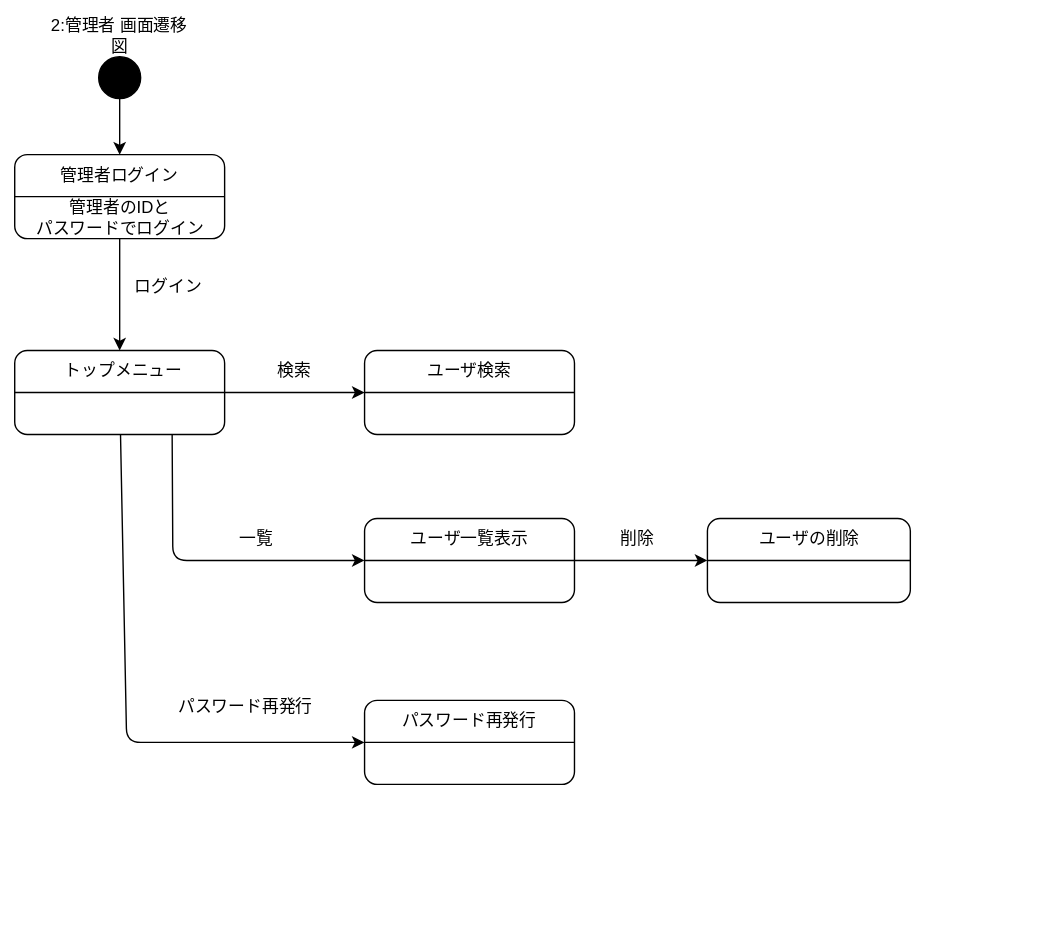
The draw.io diagram 家計簿_画面遷移図(2).drawio.svg in youryota/uml-introduction, before a commit. Source tidied: cells renumbered, new cells last; positions are measured from the earlier drawing's top-left corner, leaving out a move shared by most shapes.
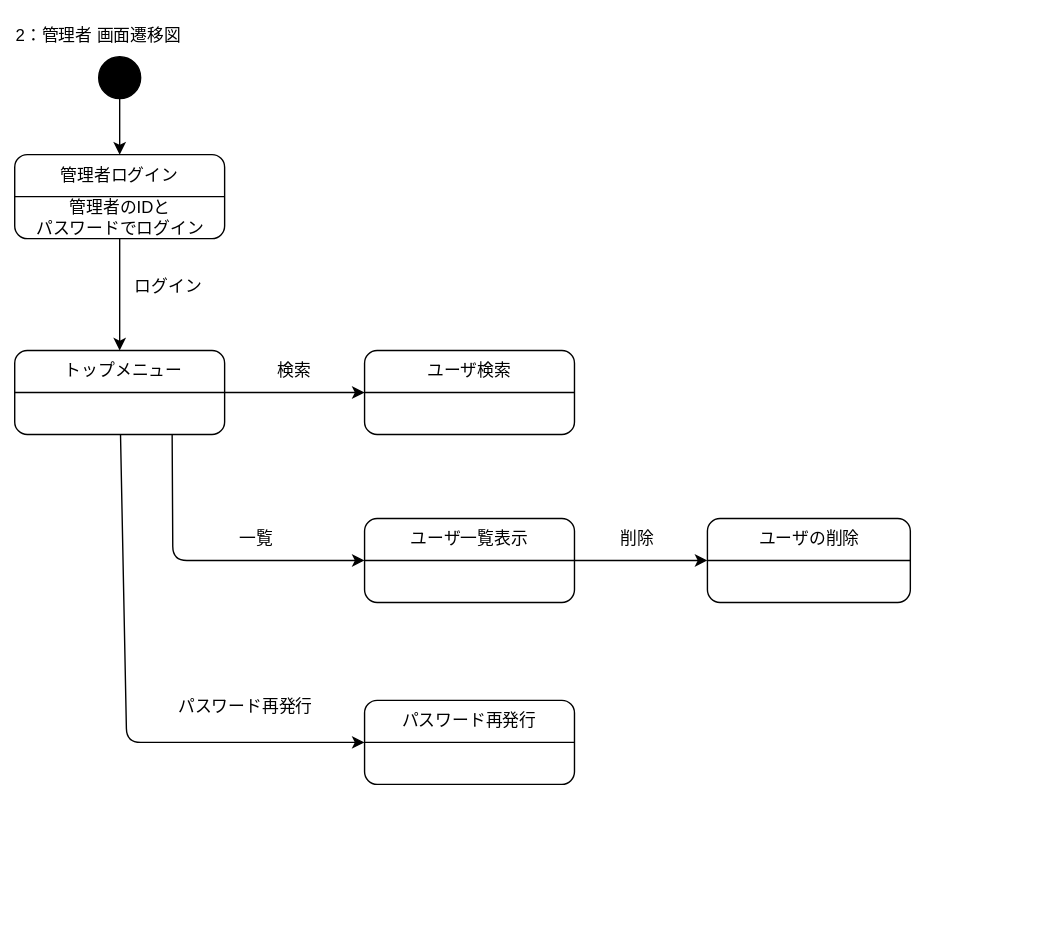
After the commit.

Commit message:
プロジェクトのやつ２

Change to the diagram source:
```diff
@@ -5,8 +5,8 @@
     <mxCell id="2" style="rounded=0;whiteSpace=wrap;html=1;strokeColor=#FFFFFF;fontColor=#F0F0F0;fillColor=#FFFFFF;" parent="1" vertex="1">
       <mxGeometry width="750" height="670" as="geometry" />
     </mxCell>
-    <mxCell id="3" value="&lt;font color=&quot;#000000&quot;&gt;2:管理者&lt;/font&gt;&lt;span style=&quot;color: rgb(0, 0, 0);&quot;&gt;画面遷移図&lt;/span&gt;" style="text;html=1;strokeColor=none;fillColor=none;align=center;verticalAlign=middle;whiteSpace=wrap;rounded=0;fontColor=#F0F0F0;" parent="1" vertex="1">
-      <mxGeometry x="30" y="10" width="110" height="30" as="geometry" />
+    <mxCell id="3" value="&lt;font color=&quot;#000000&quot;&gt;2：管理者&lt;/font&gt;&lt;span style=&quot;color: rgb(0, 0, 0);&quot;&gt;画面遷移図&lt;/span&gt;" style="text;html=1;strokeColor=none;fillColor=none;align=center;verticalAlign=middle;whiteSpace=wrap;rounded=0;fontColor=#F0F0F0;" parent="1" vertex="1">
+      <mxGeometry x="5" y="10" width="130" height="30" as="geometry" />
     </mxCell>
     <mxCell id="4" style="ellipse;whiteSpace=wrap;html=1;strokeColor=#000000;fontColor=#000000;fillColor=#000000;" parent="1" vertex="1">
       <mxGeometry x="70" y="40" width="30" height="30" as="geometry" />
```
